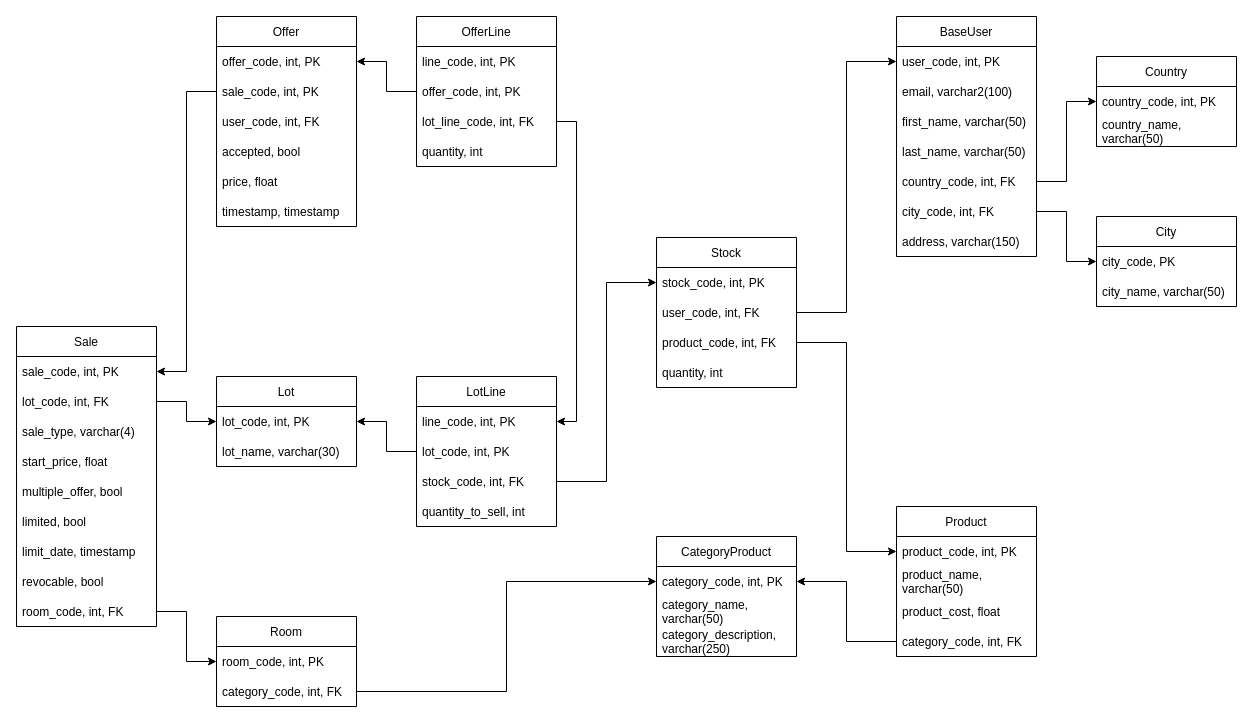
The draw.io diagram Schema_relationnel.drawio in s-kravtsov/DB_Project_2022, before the edit. Source tidied: cells renumbered, new cells numbered last; positions are measured from the earlier drawing's top-left corner, leaving out a move shared by most shapes. Both pictures are drawn from the tidied source at 100%, with x=0, y=0 at pixel (16, 16).
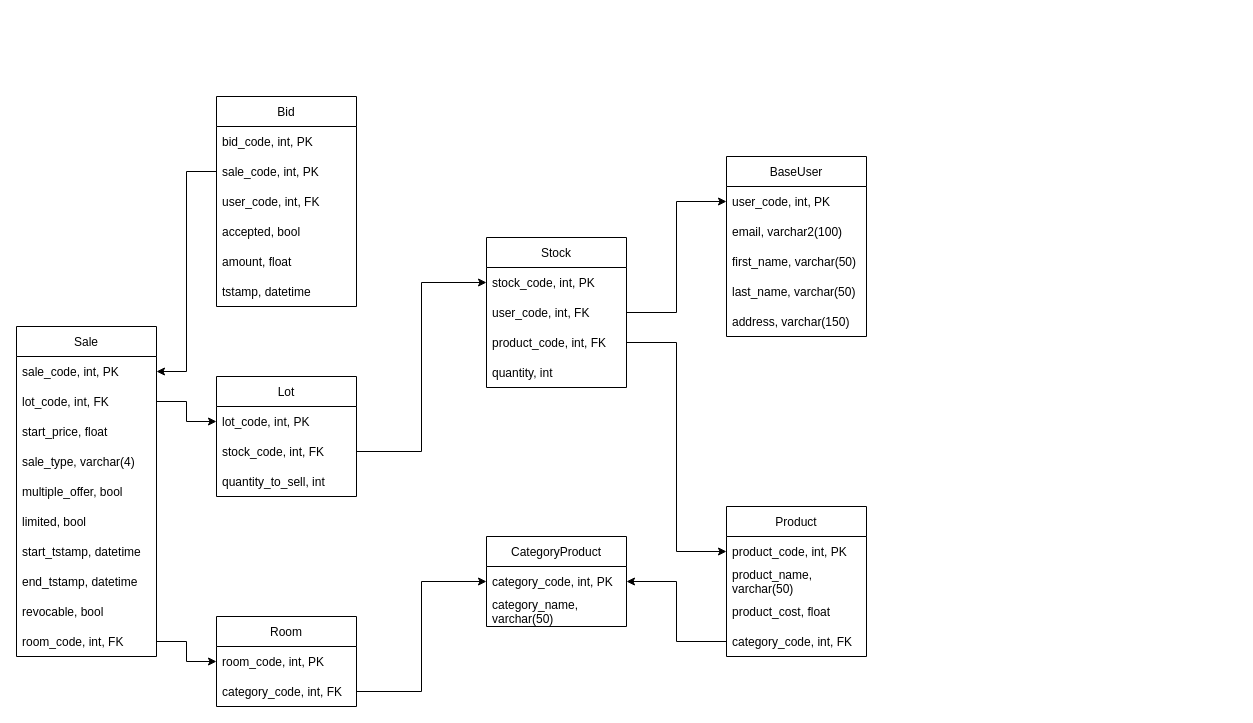
The same page after the edit.

The change refers to these unchanged cells:
```xml
<mxCell id="43" value="lot_code, int, PK" style="text;strokeColor=none;fillColor=none;align=left;verticalAlign=middle;spacingLeft=4;spacingRight=4;overflow=hidden;points=[[0,0.5],[1,0.5]];portConstraint=eastwest;" parent="42" vertex="1">
  <mxGeometry y="30" width="140" height="30" as="geometry" />
</mxCell>
<mxCell id="65" value="stock_code, int, PK" style="text;strokeColor=none;fillColor=none;align=left;verticalAlign=middle;spacingLeft=4;spacingRight=4;overflow=hidden;points=[[0,0.5],[1,0.5]];portConstraint=eastwest;" parent="64" vertex="1">
  <mxGeometry y="30" width="140" height="30" as="geometry" />
</mxCell>
```

Change to the diagram source:
```diff
@@
     <mxCell id="2" value="BaseUser" style="swimlane;fontStyle=0;horizontal=1;startSize=30;" parent="1" vertex="1">
-      <mxGeometry x="880" width="140" height="240" as="geometry" />
+      <mxGeometry x="710" y="140" width="140" height="180" as="geometry" />
     </mxCell>
@@
-    <mxCell id="7" value="country_code, int, FK" style="text;strokeColor=none;fillColor=none;align=left;verticalAlign=middle;spacingLeft=4;spacingRight=4;overflow=hidden;points=[[0,0.5],[1,0.5]];portConstraint=eastwest;" parent="2" vertex="1">
-      <mxGeometry y="150" width="140" height="30" as="geometry" />
-    </mxCell>
-    <mxCell id="8" value="city_code, int, FK" style="text;strokeColor=none;fillColor=none;align=left;verticalAlign=middle;spacingLeft=4;spacingRight=4;overflow=hidden;points=[[0,0.5],[1,0.5]];portConstraint=eastwest;" parent="2" vertex="1">
-      <mxGeometry y="180" width="140" height="30" as="geometry" />
-    </mxCell>
     <mxCell id="9" value="address, varchar(150)" style="text;strokeColor=none;fillColor=none;align=left;verticalAlign=middle;spacingLeft=4;spacingRight=4;overflow=hidden;" parent="2" vertex="1">
-      <mxGeometry y="210" width="140" height="30" as="geometry" />
+      <mxGeometry y="150" width="140" height="30" as="geometry" />
     </mxCell>
     <mxCell id="10" value="Product" style="swimlane;fontStyle=0;horizontal=1;startSize=30;" parent="1" vertex="1">
-      <mxGeometry x="880" y="490" width="140" height="150" as="geometry" />
+      <mxGeometry x="710" y="490" width="140" height="150" as="geometry" />
     </mxCell>
@@
     <mxCell id="15" value="CategoryProduct" style="swimlane;fontStyle=0;horizontal=1;startSize=30;" parent="1" vertex="1">
-      <mxGeometry x="640" y="520" width="140" height="120" as="geometry" />
+      <mxGeometry x="470" y="520" width="140" height="90" as="geometry" />
     </mxCell>
@@
-    <mxCell id="18" value="category_description, &#10;varchar(250)" style="text;strokeColor=none;fillColor=none;align=left;verticalAlign=middle;spacingLeft=4;spacingRight=4;overflow=hidden;" parent="15" vertex="1">
-      <mxGeometry y="90" width="140" height="30" as="geometry" />
-    </mxCell>
-    <mxCell id="19" value="Country" style="swimlane;fontStyle=0;horizontal=1;startSize=30;" parent="1" vertex="1">
-      <mxGeometry x="1080" y="40" width="140" height="90" as="geometry" />
-    </mxCell>
-    <mxCell id="20" value="country_code, int, PK" style="text;strokeColor=none;fillColor=none;align=left;verticalAlign=middle;spacingLeft=4;spacingRight=4;overflow=hidden;points=[[0,0.5],[1,0.5]];portConstraint=eastwest;" parent="19" vertex="1">
-      <mxGeometry y="30" width="140" height="30" as="geometry" />
-    </mxCell>
-    <mxCell id="21" value="country_name, &#10;varchar(50)" style="text;strokeColor=none;fillColor=none;align=left;verticalAlign=middle;spacingLeft=4;spacingRight=4;overflow=hidden;" parent="19" vertex="1">
-      <mxGeometry y="60" width="140" height="30" as="geometry" />
-    </mxCell>
-    <mxCell id="22" value="City" style="swimlane;fontStyle=0;horizontal=1;startSize=30;" parent="1" vertex="1">
-      <mxGeometry x="1080" y="200" width="140" height="90" as="geometry" />
-    </mxCell>
-    <mxCell id="23" value="city_code, PK" style="text;strokeColor=none;fillColor=none;align=left;verticalAlign=middle;spacingLeft=4;spacingRight=4;overflow=hidden;points=[[0,0.5],[1,0.5]];portConstraint=eastwest;" parent="22" vertex="1">
-      <mxGeometry y="30" width="140" height="30" as="geometry" />
-    </mxCell>
-    <mxCell id="24" value="city_name, varchar(50)" style="text;strokeColor=none;fillColor=none;align=left;verticalAlign=middle;spacingLeft=4;spacingRight=4;overflow=hidden;" parent="22" vertex="1">
-      <mxGeometry y="60" width="140" height="30" as="geometry" />
-    </mxCell>
     <mxCell id="25" value="Sale" style="swimlane;fontStyle=0;horizontal=1;startSize=30;" parent="1" vertex="1">
-      <mxGeometry y="310" width="140" height="300" as="geometry" />
+      <mxGeometry y="310" width="140" height="330" as="geometry" />
     </mxCell>
@@
+    <mxCell id="29" value="start_price, float" style="text;strokeColor=none;fillColor=none;align=left;verticalAlign=middle;spacingLeft=4;spacingRight=4;overflow=hidden;" parent="25" vertex="1">
+      <mxGeometry y="90" width="140" height="30" as="geometry" />
+    </mxCell>
     <mxCell id="28" value="sale_type, varchar(4)" style="text;strokeColor=none;fillColor=none;align=left;verticalAlign=middle;spacingLeft=4;spacingRight=4;overflow=hidden;" parent="25" vertex="1">
-      <mxGeometry y="90" width="140" height="30" as="geometry" />
+      <mxGeometry y="120" width="140" height="30" as="geometry" />
     </mxCell>
-    <mxCell id="29" value="start_price, float" style="text;strokeColor=none;fillColor=none;align=left;verticalAlign=middle;spacingLeft=4;spacingRight=4;overflow=hidden;" parent="25" vertex="1">
-      <mxGeometry y="120" width="140" height="30" as="geometry" />
-    </mxCell>
@@
+    <mxCell id="76" value="limited, bool" style="text;strokeColor=none;fillColor=none;align=left;verticalAlign=middle;spacingLeft=4;spacingRight=4;overflow=hidden;" parent="25" vertex="1">
+      <mxGeometry y="180" width="140" height="30" as="geometry" />
+    </mxCell>
-    <mxCell id="31" value="limited, bool" style="text;strokeColor=none;fillColor=none;align=left;verticalAlign=middle;spacingLeft=4;spacingRight=4;overflow=hidden;" parent="25" vertex="1">
-      <mxGeometry y="180" width="140" height="30" as="geometry" />
+    <mxCell id="31" value="start_tstamp, datetime" style="text;strokeColor=none;fillColor=none;align=left;verticalAlign=middle;spacingLeft=4;spacingRight=4;overflow=hidden;" parent="25" vertex="1">
+      <mxGeometry y="210" width="140" height="30" as="geometry" />
     </mxCell>
-    <mxCell id="32" value="limit_date, timestamp" style="text;strokeColor=none;fillColor=none;align=left;verticalAlign=middle;spacingLeft=4;spacingRight=4;overflow=hidden;" parent="25" vertex="1">
-      <mxGeometry y="210" width="140" height="30" as="geometry" />
+    <mxCell id="32" value="end_tstamp, datetime" style="text;strokeColor=none;fillColor=none;align=left;verticalAlign=middle;spacingLeft=4;spacingRight=4;overflow=hidden;" parent="25" vertex="1">
+      <mxGeometry y="240" width="140" height="30" as="geometry" />
     </mxCell>
     <mxCell id="33" value="revocable, bool" style="text;strokeColor=none;fillColor=none;align=left;verticalAlign=middle;spacingLeft=4;spacingRight=4;overflow=hidden;" parent="25" vertex="1">
-      <mxGeometry y="240" width="140" height="30" as="geometry" />
+      <mxGeometry y="270" width="140" height="30" as="geometry" />
     </mxCell>
     <mxCell id="34" value="room_code, int, FK" style="text;strokeColor=none;fillColor=none;align=left;verticalAlign=middle;spacingLeft=4;spacingRight=4;overflow=hidden;points=[[0,0.5],[1,0.5]];portConstraint=eastwest;" parent="25" vertex="1">
-      <mxGeometry y="270" width="140" height="30" as="geometry" />
+      <mxGeometry y="300" width="140" height="30" as="geometry" />
     </mxCell>
-    <mxCell id="35" value="Offer" style="swimlane;fontStyle=0;horizontal=1;startSize=30;" parent="1" vertex="1">
-      <mxGeometry x="200" width="140" height="210" as="geometry" />
+    <mxCell id="35" value="Bid" style="swimlane;fontStyle=0;horizontal=1;startSize=30;" parent="1" vertex="1">
+      <mxGeometry x="200" y="80" width="140" height="210" as="geometry" />
     </mxCell>
-    <mxCell id="36" value="offer_code, int, PK" style="text;strokeColor=none;fillColor=none;align=left;verticalAlign=middle;spacingLeft=4;spacingRight=4;overflow=hidden;points=[[0,0.5],[1,0.5]];portConstraint=eastwest;" parent="35" vertex="1">
+    <mxCell id="36" value="bid_code, int, PK" style="text;strokeColor=none;fillColor=none;align=left;verticalAlign=middle;spacingLeft=4;spacingRight=4;overflow=hidden;points=[[0,0.5],[1,0.5]];portConstraint=eastwest;" parent="35" vertex="1">
       <mxGeometry y="30" width="140" height="30" as="geometry" />
     </mxCell>
@@
-    <mxCell id="40" value="price, float" style="text;strokeColor=none;fillColor=none;align=left;verticalAlign=middle;spacingLeft=4;spacingRight=4;overflow=hidden;" parent="35" vertex="1">
+    <mxCell id="40" value="amount, float" style="text;strokeColor=none;fillColor=none;align=left;verticalAlign=middle;spacingLeft=4;spacingRight=4;overflow=hidden;" parent="35" vertex="1">
       <mxGeometry y="150" width="140" height="30" as="geometry" />
     </mxCell>
-    <mxCell id="41" value="timestamp, timestamp" style="text;strokeColor=none;fillColor=none;align=left;verticalAlign=middle;spacingLeft=4;spacingRight=4;overflow=hidden;" parent="35" vertex="1">
+    <mxCell id="41" value="tstamp, datetime" style="text;strokeColor=none;fillColor=none;align=left;verticalAlign=middle;spacingLeft=4;spacingRight=4;overflow=hidden;" parent="35" vertex="1">
       <mxGeometry y="180" width="140" height="30" as="geometry" />
     </mxCell>
     <mxCell id="42" value="Lot" style="swimlane;fontStyle=0;horizontal=1;startSize=30;" parent="1" vertex="1">
-      <mxGeometry x="200" y="360" width="140" height="90" as="geometry" />
+      <mxGeometry x="200" y="360" width="140" height="120" as="geometry" />
     </mxCell>
@@
-    <mxCell id="44" value="lot_name, varchar(30)" style="text;strokeColor=none;fillColor=none;align=left;verticalAlign=middle;spacingLeft=4;spacingRight=4;overflow=hidden;" parent="42" vertex="1">
-      <mxGeometry y="60" width="140" height="30" as="geometry" />
-    </mxCell>
-    <mxCell id="45" value="LotLine" style="swimlane;fontStyle=0;horizontal=1;startSize=30;" parent="1" vertex="1">
-      <mxGeometry x="400" y="360" width="140" height="150" as="geometry" />
-    </mxCell>
-    <mxCell id="46" value="line_code, int, PK" style="text;strokeColor=none;fillColor=none;align=left;verticalAlign=middle;spacingLeft=4;spacingRight=4;overflow=hidden;points=[[0,0.5],[1,0.5]];portConstraint=eastwest;" parent="45" vertex="1">
-      <mxGeometry y="30" width="140" height="30" as="geometry" />
-    </mxCell>
-    <mxCell id="47" value="lot_code, int, PK" style="text;strokeColor=none;fillColor=none;align=left;verticalAlign=middle;spacingLeft=4;spacingRight=4;overflow=hidden;points=[[0,0.5],[1,0.5]];portConstraint=eastwest;" parent="45" vertex="1">
-      <mxGeometry y="60" width="140" height="30" as="geometry" />
-    </mxCell>
-    <mxCell id="48" value="stock_code, int, FK" style="text;strokeColor=none;fillColor=none;align=left;verticalAlign=middle;spacingLeft=4;spacingRight=4;overflow=hidden;points=[[0,0.5],[1,0.5]];portConstraint=eastwest;" parent="45" vertex="1">
-      <mxGeometry y="90" width="140" height="30" as="geometry" />
+    <mxCell id="48" value="stock_code, int, FK" style="text;strokeColor=none;fillColor=none;align=left;verticalAlign=middle;spacingLeft=4;spacingRight=4;overflow=hidden;points=[[0,0.5],[1,0.5]];portConstraint=eastwest;" parent="42" vertex="1">
+      <mxGeometry y="60" width="140" height="30" as="geometry" />
     </mxCell>
-    <mxCell id="49" value="quantity_to_sell, int" style="text;strokeColor=none;fillColor=none;align=left;verticalAlign=middle;spacingLeft=4;spacingRight=4;overflow=hidden;" parent="45" vertex="1">
-      <mxGeometry y="120" width="140" height="30" as="geometry" />
+    <mxCell id="49" value="quantity_to_sell, int" style="text;strokeColor=none;fillColor=none;align=left;verticalAlign=middle;spacingLeft=4;spacingRight=4;overflow=hidden;" parent="42" vertex="1">
+      <mxGeometry y="90" width="140" height="30" as="geometry" />
     </mxCell>
-    <mxCell id="50" value="OfferLine" style="swimlane;fontStyle=0;horizontal=1;startSize=30;" parent="1" vertex="1">
-      <mxGeometry x="400" width="140" height="150" as="geometry" />
-    </mxCell>
-    <mxCell id="51" value="line_code, int, PK" style="text;strokeColor=none;fillColor=none;align=left;verticalAlign=middle;spacingLeft=4;spacingRight=4;overflow=hidden;" parent="50" vertex="1">
-      <mxGeometry y="30" width="140" height="30" as="geometry" />
-    </mxCell>
-    <mxCell id="52" value="offer_code, int, PK" style="text;strokeColor=none;fillColor=none;align=left;verticalAlign=middle;spacingLeft=4;spacingRight=4;overflow=hidden;points=[[0,0.5],[1,0.5]];portConstraint=eastwest;" parent="50" vertex="1">
-      <mxGeometry y="60" width="140" height="30" as="geometry" />
-    </mxCell>
-    <mxCell id="53" value="lot_line_code, int, FK" style="text;strokeColor=none;fillColor=none;align=left;verticalAlign=middle;spacingLeft=4;spacingRight=4;overflow=hidden;points=[[0,0.5],[1,0.5]];portConstraint=eastwest;" parent="50" vertex="1">
-      <mxGeometry y="90" width="140" height="30" as="geometry" />
-    </mxCell>
-    <mxCell id="54" value="quantity, int" style="text;strokeColor=none;fillColor=none;align=left;verticalAlign=middle;spacingLeft=4;spacingRight=4;overflow=hidden;" parent="50" vertex="1">
-      <mxGeometry y="120" width="140" height="30" as="geometry" />
-    </mxCell>
@@
-    <mxCell id="60" style="edgeStyle=orthogonalEdgeStyle;rounded=0;jettySize=auto;html=1;exitX=0;exitY=0.5;exitDx=0;exitDy=0;entryX=1;entryY=0.5;entryDx=0;entryDy=0;" parent="1" edge="1" source="52" target="36">
-      <mxGeometry relative="1" as="geometry" />
-    </mxCell>
-    <mxCell id="61" style="edgeStyle=orthogonalEdgeStyle;rounded=0;jettySize=auto;html=1;exitX=0;exitY=0.5;exitDx=0;exitDy=0;entryX=1;entryY=0.5;entryDx=0;entryDy=0;" parent="1" edge="1" source="47" target="43">
-      <mxGeometry relative="1" as="geometry" />
-    </mxCell>
@@
     <mxCell id="64" value="Stock" style="swimlane;fontStyle=0;horizontal=1;startSize=30;" parent="1" vertex="1">
-      <mxGeometry x="640" y="221" width="140" height="150" as="geometry" />
+      <mxGeometry x="470" y="221" width="140" height="150" as="geometry" />
     </mxCell>
@@
-    <mxCell id="69" style="edgeStyle=orthogonalEdgeStyle;rounded=0;jettySize=auto;html=1;exitX=1;exitY=0.5;exitDx=0;exitDy=0;entryX=1;entryY=0.5;entryDx=0;entryDy=0;" parent="1" edge="1" source="53" target="46">
-      <mxGeometry relative="1" as="geometry" />
-    </mxCell>
-    <mxCell id="70" style="edgeStyle=orthogonalEdgeStyle;rounded=0;jettySize=auto;html=1;exitX=1;exitY=0.5;exitDx=0;exitDy=0;entryX=0;entryY=0.5;entryDx=0;entryDy=0;" parent="1" edge="1" source="48" target="65">
-      <mxGeometry relative="1" as="geometry" />
-    </mxCell>
@@
-    <mxCell id="74" style="edgeStyle=orthogonalEdgeStyle;rounded=0;jettySize=auto;html=1;exitX=1;exitY=0.5;exitDx=0;exitDy=0;entryX=0;entryY=0.5;entryDx=0;entryDy=0;" parent="1" edge="1" source="7" target="20">
-      <mxGeometry relative="1" as="geometry" />
-    </mxCell>
-    <mxCell id="75" style="edgeStyle=orthogonalEdgeStyle;rounded=0;jettySize=auto;html=1;exitX=1;exitY=0.5;exitDx=0;exitDy=0;entryX=0;entryY=0.5;entryDx=0;entryDy=0;" parent="1" edge="1" source="8" target="23">
-      <mxGeometry relative="1" as="geometry" />
-    </mxCell>
+    <mxCell id="70" style="edgeStyle=orthogonalEdgeStyle;rounded=0;jettySize=auto;html=1;exitX=1;exitY=0.5;exitDx=0;exitDy=0;entryX=0;entryY=0.5;entryDx=0;entryDy=0;" parent="1" edge="1" source="48" target="65">
+      <mxGeometry relative="1" as="geometry" />
+    </mxCell>
```
